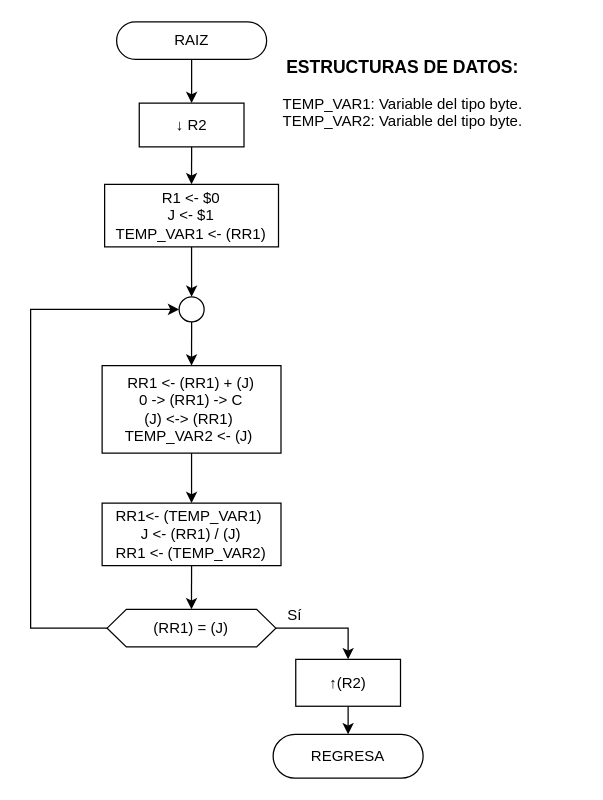
moisotico/Microprocesadores keeps this draw.io diagram as Tareas/T3/Diagramas/draw.io/RAIZ_BABI.drawio. Above is the earlier version. Source tidied: cells renumbered, new cells numbered last; positions are measured from the earlier drawing's top-left corner, leaving out a move shared by most shapes. Both pictures are drawn from the tidied source at 125%, with x=0, y=0 at pixel (30, 21).
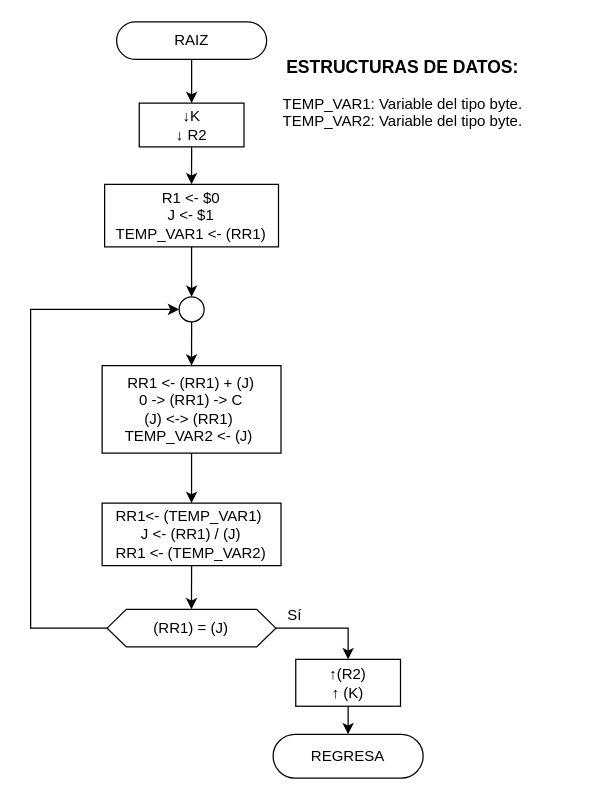
The same diagram, later.

Change to the diagram source:
```diff
@@
-    <mxCell id="5" value="↓ R2" style="rounded=0;whiteSpace=wrap;html=1;" parent="1" vertex="1">
+    <mxCell id="5" value="↓K&lt;br&gt;↓ R2" style="rounded=0;whiteSpace=wrap;html=1;" parent="1" vertex="1">
       <mxGeometry x="86.9" y="65" width="83.8" height="35" as="geometry" />
     </mxCell>
@@
-    <mxCell id="17" value="↑(R2)" style="rounded=0;whiteSpace=wrap;html=1;" parent="1" vertex="1">
+    <mxCell id="17" value="↑(R2)&lt;br&gt;↑ (K)" style="rounded=0;whiteSpace=wrap;html=1;" parent="1" vertex="1">
       <mxGeometry x="212.1" y="510" width="83.8" height="37.5" as="geometry" />
     </mxCell>
```
